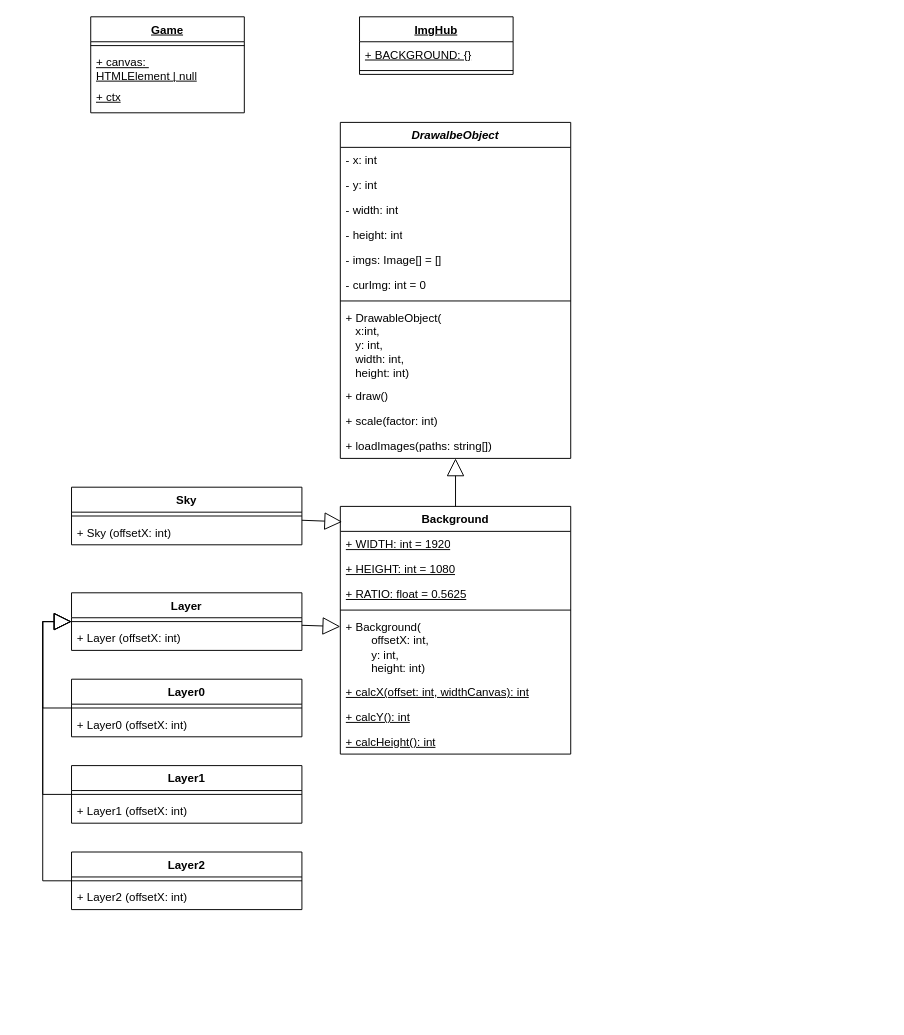
This is docs/classes.drawio from elma1989/el-pollo-loco, a draw.io file, before an edit. Source tidied: cells renumbered, new cells numbered last; positions are measured from the earlier drawing's top-left corner, leaving out a move shared by most shapes. Both pictures are drawn from the tidied source at 96%, with x=0, y=0 at pixel (42, 16).
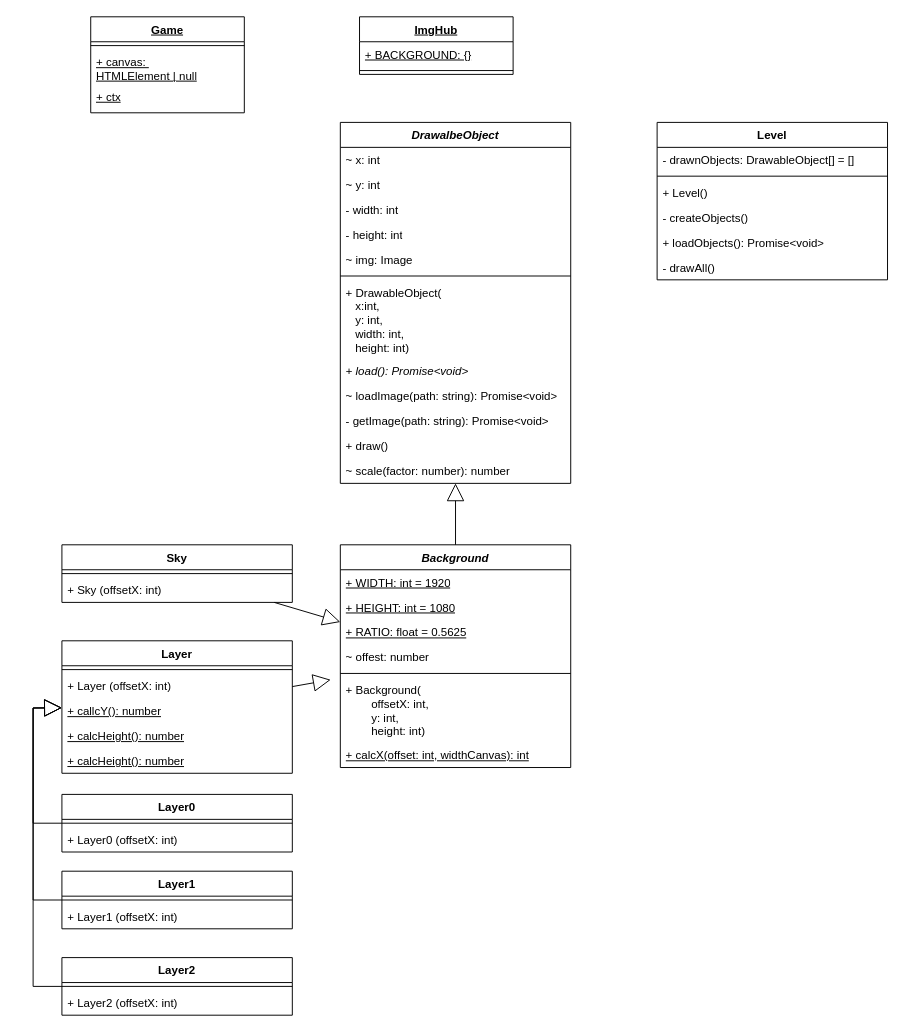
Above is the later version.

Commit message (it also covers changes not shown here):
doc: Updated classes.drawio - changed classes to current state

What changed in the source:
```diff
@@
     <mxCell id="9" value="DrawalbeObject" style="swimlane;fontStyle=3;align=center;verticalAlign=top;horizontal=1;startSize=26;whiteSpace=wrap;html=1;" parent="1" vertex="1">
-      <mxGeometry x="310" y="110" width="240" height="350" as="geometry" />
+      <mxGeometry x="310" y="110" width="240" height="376" as="geometry" />
     </mxCell>
-    <mxCell id="10" value="- x: int" style="text;strokeColor=none;fillColor=none;align=left;verticalAlign=top;spacingLeft=4;spacingRight=4;overflow=hidden;whiteSpace=wrap;html=1;" parent="9" vertex="1">
+    <mxCell id="10" value="~ x: int" style="text;strokeColor=none;fillColor=none;align=left;verticalAlign=top;spacingLeft=4;spacingRight=4;overflow=hidden;whiteSpace=wrap;html=1;" parent="9" vertex="1">
       <mxGeometry y="26" width="240" height="26" as="geometry" />
     </mxCell>
-    <mxCell id="11" value="- y: int" style="text;strokeColor=none;fillColor=none;align=left;verticalAlign=top;spacingLeft=4;spacingRight=4;overflow=hidden;whiteSpace=wrap;html=1;" parent="9" vertex="1">
+    <mxCell id="11" value="~ y: int" style="text;strokeColor=none;fillColor=none;align=left;verticalAlign=top;spacingLeft=4;spacingRight=4;overflow=hidden;whiteSpace=wrap;html=1;" parent="9" vertex="1">
       <mxGeometry y="52" width="240" height="26" as="geometry" />
     </mxCell>
@@
-    <mxCell id="14" value="- imgs: Image[] = []" style="text;strokeColor=none;fillColor=none;align=left;verticalAlign=top;spacingLeft=4;spacingRight=4;overflow=hidden;whiteSpace=wrap;html=1;" parent="9" vertex="1">
+    <mxCell id="14" value="~ img: Image" style="text;strokeColor=none;fillColor=none;align=left;verticalAlign=top;spacingLeft=4;spacingRight=4;overflow=hidden;whiteSpace=wrap;html=1;" parent="9" vertex="1">
       <mxGeometry y="130" width="240" height="26" as="geometry" />
     </mxCell>
-    <mxCell id="15" value="- curImg: int = 0" style="text;strokeColor=none;fillColor=none;align=left;verticalAlign=top;spacingLeft=4;spacingRight=4;overflow=hidden;whiteSpace=wrap;html=1;" parent="9" vertex="1">
-      <mxGeometry y="156" width="240" height="26" as="geometry" />
-    </mxCell>
     <mxCell id="16" style="line;strokeWidth=1;fillColor=none;align=left;verticalAlign=middle;spacingTop=-1;spacingLeft=3;spacingRight=3;labelPosition=right;strokeColor=inherit;" parent="9" vertex="1">
-      <mxGeometry y="182" width="240" height="8" as="geometry" />
+      <mxGeometry y="156" width="240" height="8" as="geometry" />
     </mxCell>
     <mxCell id="17" value="+ DrawableObject(&lt;div&gt;&amp;nbsp; &amp;nbsp;x:int,&lt;/div&gt;&lt;div&gt;&amp;nbsp; &amp;nbsp;y: int,&lt;/div&gt;&lt;div&gt;&amp;nbsp; &amp;nbsp;width: int,&lt;/div&gt;&lt;div&gt;&amp;nbsp; &amp;nbsp;height: int)&lt;/div&gt;" style="text;strokeColor=none;fillColor=none;align=left;verticalAlign=top;spacingLeft=4;spacingRight=4;overflow=hidden;whiteSpace=wrap;html=1;" parent="9" vertex="1">
-      <mxGeometry y="190" width="240" height="82" as="geometry" />
+      <mxGeometry y="164" width="240" height="82" as="geometry" />
     </mxCell>
+    <mxCell id="51" value="+ load(): Promise&amp;lt;void&amp;gt;" style="text;strokeColor=none;fillColor=none;align=left;verticalAlign=top;spacingLeft=4;spacingRight=4;overflow=hidden;whiteSpace=wrap;html=1;fontStyle=2;" parent="9" vertex="1">
+      <mxGeometry y="246" width="240" height="26" as="geometry" />
+    </mxCell>
+    <mxCell id="52" value="~ loadImage(path: string): Promise&amp;lt;void&amp;gt;" style="text;strokeColor=none;fillColor=none;align=left;verticalAlign=top;spacingLeft=4;spacingRight=4;overflow=hidden;whiteSpace=wrap;html=1;fontStyle=0;" parent="9" vertex="1">
+      <mxGeometry y="272" width="240" height="26" as="geometry" />
+    </mxCell>
-    <mxCell id="18" value="+ draw()" style="text;strokeColor=none;fillColor=none;align=left;verticalAlign=top;spacingLeft=4;spacingRight=4;overflow=hidden;whiteSpace=wrap;html=1;" parent="9" vertex="1">
-      <mxGeometry y="272" width="240" height="26" as="geometry" />
+    <mxCell id="18" value="- getImage(path: string): Promise&amp;lt;void&amp;gt;" style="text;strokeColor=none;fillColor=none;align=left;verticalAlign=top;spacingLeft=4;spacingRight=4;overflow=hidden;whiteSpace=wrap;html=1;" parent="9" vertex="1">
+      <mxGeometry y="298" width="240" height="26" as="geometry" />
     </mxCell>
-    <mxCell id="19" value="+ scale(factor: int)" style="text;strokeColor=none;fillColor=none;align=left;verticalAlign=top;spacingLeft=4;spacingRight=4;overflow=hidden;whiteSpace=wrap;html=1;" parent="9" vertex="1">
-      <mxGeometry y="298" width="240" height="26" as="geometry" />
-    </mxCell>
+    <mxCell id="53" value="+ draw()" style="text;strokeColor=none;fillColor=none;align=left;verticalAlign=top;spacingLeft=4;spacingRight=4;overflow=hidden;whiteSpace=wrap;html=1;" parent="9" vertex="1">
+      <mxGeometry y="324" width="240" height="26" as="geometry" />
+    </mxCell>
-    <mxCell id="20" value="+ loadImages(paths: string[])" style="text;strokeColor=none;fillColor=none;align=left;verticalAlign=top;spacingLeft=4;spacingRight=4;overflow=hidden;whiteSpace=wrap;html=1;" parent="9" vertex="1">
-      <mxGeometry y="324" width="240" height="26" as="geometry" />
+    <mxCell id="20" value="~ scale(factor: number): number" style="text;strokeColor=none;fillColor=none;align=left;verticalAlign=top;spacingLeft=4;spacingRight=4;overflow=hidden;whiteSpace=wrap;html=1;" parent="9" vertex="1">
+      <mxGeometry y="350" width="240" height="26" as="geometry" />
     </mxCell>
-    <mxCell id="21" value="Background" style="swimlane;fontStyle=1;align=center;verticalAlign=top;horizontal=1;startSize=26;whiteSpace=wrap;html=1;" parent="1" vertex="1">
-      <mxGeometry x="310" y="510" width="240" height="258" as="geometry" />
+    <mxCell id="21" value="Background" style="swimlane;fontStyle=3;align=center;verticalAlign=top;horizontal=1;startSize=26;whiteSpace=wrap;html=1;" parent="1" vertex="1">
+      <mxGeometry x="310" y="550" width="240" height="232" as="geometry" />
     </mxCell>
@@
+    <mxCell id="54" value="~ offest: number" style="text;strokeColor=none;fillColor=none;align=left;verticalAlign=top;spacingLeft=4;spacingRight=4;overflow=hidden;whiteSpace=wrap;html=1;fontStyle=0;" parent="21" vertex="1">
+      <mxGeometry y="104" width="240" height="26" as="geometry" />
+    </mxCell>
     <mxCell id="25" style="line;strokeWidth=1;fillColor=none;align=left;verticalAlign=middle;spacingTop=-1;spacingLeft=3;spacingRight=3;labelPosition=right;strokeColor=inherit;" parent="21" vertex="1">
-      <mxGeometry y="104" width="240" height="8" as="geometry" />
+      <mxGeometry y="130" width="240" height="8" as="geometry" />
     </mxCell>
     <mxCell id="26" value="+ Background(&lt;div&gt;&lt;span style=&quot;background-color: transparent; color: light-dark(rgb(0, 0, 0), rgb(255, 255, 255));&quot;&gt;&lt;span style=&quot;white-space: pre;&quot;&gt;&#9;&lt;/span&gt;offsetX: int,&lt;/span&gt;&lt;/div&gt;&lt;div&gt;&lt;span style=&quot;background-color: transparent; color: light-dark(rgb(0, 0, 0), rgb(255, 255, 255));&quot;&gt;&lt;span style=&quot;white-space: pre;&quot;&gt;&#9;&lt;/span&gt;y: int,&lt;/span&gt;&lt;/div&gt;&lt;div&gt;&lt;span style=&quot;background-color: transparent; color: light-dark(rgb(0, 0, 0), rgb(255, 255, 255));&quot;&gt;&lt;span style=&quot;white-space: pre;&quot;&gt;&#9;&lt;/span&gt;height: int)&lt;/span&gt;&lt;/div&gt;" style="text;strokeColor=none;fillColor=none;align=left;verticalAlign=top;spacingLeft=4;spacingRight=4;overflow=hidden;whiteSpace=wrap;html=1;" parent="21" vertex="1">
-      <mxGeometry y="112" width="240" height="68" as="geometry" />
+      <mxGeometry y="138" width="240" height="68" as="geometry" />
     </mxCell>
     <mxCell id="27" value="+ calcX(offset: int, widthCanvas): int" style="text;strokeColor=none;fillColor=none;align=left;verticalAlign=top;spacingLeft=4;spacingRight=4;overflow=hidden;whiteSpace=wrap;html=1;fontStyle=4;" parent="21" vertex="1">
-      <mxGeometry y="180" width="240" height="26" as="geometry" />
+      <mxGeometry y="206" width="240" height="26" as="geometry" />
     </mxCell>
-    <mxCell id="28" value="+ calcY(): int" style="text;strokeColor=none;fillColor=none;align=left;verticalAlign=top;spacingLeft=4;spacingRight=4;overflow=hidden;whiteSpace=wrap;html=1;fontStyle=4;" parent="21" vertex="1">
-      <mxGeometry y="206" width="240" height="26" as="geometry" />
-    </mxCell>
-    <mxCell id="29" value="+ calcHeight(): int" style="text;strokeColor=none;fillColor=none;align=left;verticalAlign=top;spacingLeft=4;spacingRight=4;overflow=hidden;whiteSpace=wrap;html=1;fontStyle=4;" parent="21" vertex="1">
-      <mxGeometry y="232" width="240" height="26" as="geometry" />
-    </mxCell>
     <mxCell id="30" value="Sky" style="swimlane;fontStyle=1;align=center;verticalAlign=top;horizontal=1;startSize=26;whiteSpace=wrap;html=1;" parent="1" vertex="1">
-      <mxGeometry x="30" y="490" width="240" height="60" as="geometry" />
+      <mxGeometry x="20" y="550" width="240" height="60" as="geometry" />
     </mxCell>
@@
     <mxCell id="33" value="Layer" style="swimlane;fontStyle=1;align=center;verticalAlign=top;horizontal=1;startSize=26;whiteSpace=wrap;html=1;" parent="1" vertex="1">
-      <mxGeometry x="30" y="600" width="240" height="60" as="geometry" />
+      <mxGeometry x="20" y="650" width="240" height="138" as="geometry" />
     </mxCell>
@@
+    <mxCell id="55" value="+ Layer (offsetX: int)" style="text;strokeColor=none;fillColor=none;align=left;verticalAlign=top;spacingLeft=4;spacingRight=4;overflow=hidden;whiteSpace=wrap;html=1;fontStyle=0;" parent="33" vertex="1">
+      <mxGeometry y="34" width="240" height="26" as="geometry" />
+    </mxCell>
-    <mxCell id="35" value="+ Layer (offsetX: int)" style="text;strokeColor=none;fillColor=none;align=left;verticalAlign=top;spacingLeft=4;spacingRight=4;overflow=hidden;whiteSpace=wrap;html=1;fontStyle=0;" parent="33" vertex="1">
-      <mxGeometry y="34" width="240" height="26" as="geometry" />
+    <mxCell id="35" value="+ callcY(): number" style="text;strokeColor=none;fillColor=none;align=left;verticalAlign=top;spacingLeft=4;spacingRight=4;overflow=hidden;whiteSpace=wrap;html=1;fontStyle=4;" parent="33" vertex="1">
+      <mxGeometry y="60" width="240" height="26" as="geometry" />
     </mxCell>
+    <mxCell id="56" value="+ calcHeight(): number" style="text;strokeColor=none;fillColor=none;align=left;verticalAlign=top;spacingLeft=4;spacingRight=4;overflow=hidden;whiteSpace=wrap;html=1;fontStyle=4;" parent="33" vertex="1">
+      <mxGeometry y="86" width="240" height="26" as="geometry" />
+    </mxCell>
+    <mxCell id="57" value="+ calcHeight(): number" style="text;strokeColor=none;fillColor=none;align=left;verticalAlign=top;spacingLeft=4;spacingRight=4;overflow=hidden;whiteSpace=wrap;html=1;fontStyle=4;" parent="33" vertex="1">
+      <mxGeometry y="112" width="240" height="26" as="geometry" />
+    </mxCell>
     <mxCell id="36" value="Layer0" style="swimlane;fontStyle=1;align=center;verticalAlign=top;horizontal=1;startSize=26;whiteSpace=wrap;html=1;" parent="1" vertex="1">
-      <mxGeometry x="30" y="690" width="240" height="60" as="geometry" />
+      <mxGeometry x="20" y="810" width="240" height="60" as="geometry" />
     </mxCell>
@@
     <mxCell id="39" value="Layer1" style="swimlane;fontStyle=1;align=center;verticalAlign=top;horizontal=1;startSize=26;whiteSpace=wrap;html=1;" parent="1" vertex="1">
-      <mxGeometry x="30" y="780" width="240" height="60" as="geometry" />
+      <mxGeometry x="20" y="890" width="240" height="60" as="geometry" />
     </mxCell>
@@
     <mxCell id="42" value="Layer2" style="swimlane;fontStyle=1;align=center;verticalAlign=top;horizontal=1;startSize=26;whiteSpace=wrap;html=1;" parent="1" vertex="1">
-      <mxGeometry x="30" y="870" width="240" height="60" as="geometry" />
+      <mxGeometry x="20" y="980" width="240" height="60" as="geometry" />
     </mxCell>
@@
-    <mxCell id="46" style="endArrow=block;endSize=16;endFill=0;html=1;rounded=0;entryX=0.008;entryY=0.062;entryDx=0;entryDy=0;entryPerimeter=0;" parent="1" edge="1" source="30" target="21">
+    <mxCell id="46" style="endArrow=block;endSize=16;endFill=0;html=1;rounded=0;" parent="1" edge="1" source="30" target="21">
       <mxGeometry relative="1" as="geometry" />
     </mxCell>
-    <mxCell id="47" style="endArrow=block;endSize=16;endFill=0;html=1;rounded=0;" parent="1" edge="1" source="33" target="21">
-      <mxGeometry relative="1" as="geometry" />
+    <mxCell id="47" style="endArrow=block;endSize=16;endFill=0;html=1;rounded=0;" parent="1" edge="1" source="33">
+      <mxGeometry relative="1" as="geometry">
+        <mxPoint x="300" y="690.6" as="targetPoint" />
+      </mxGeometry>
     </mxCell>
-    <mxCell id="48" style="endArrow=block;endSize=16;endFill=0;html=1;rounded=0;entryX=0;entryY=0.5;entryDx=0;entryDy=0;exitX=0;exitY=0.5;exitDx=0;exitDy=0;" parent="1" edge="1" source="36" target="33">
+    <mxCell id="48" style="endArrow=block;endSize=16;endFill=0;html=1;rounded=0;exitX=0;exitY=0.5;exitDx=0;exitDy=0;" parent="1" edge="1" source="36" target="33">
       <mxGeometry relative="1" as="geometry">
         <Array as="points">
-          <mxPoint y="720" />
-          <mxPoint y="630" />
+          <mxPoint x="-10" y="840" />
+          <mxPoint x="-10" y="720" />
         </Array>
       </mxGeometry>
     </mxCell>
-    <mxCell id="49" style="endArrow=block;endSize=16;endFill=0;html=1;rounded=0;entryX=0;entryY=0.5;entryDx=0;entryDy=0;exitX=0;exitY=0.5;exitDx=0;exitDy=0;" parent="1" edge="1" source="39">
+    <mxCell id="49" style="endArrow=block;endSize=16;endFill=0;html=1;rounded=0;exitX=0;exitY=0.5;exitDx=0;exitDy=0;" parent="1" edge="1" source="39" target="33">
       <mxGeometry relative="1" as="geometry">
-        <mxPoint x="30" y="630" as="targetPoint" />
         <Array as="points">
-          <mxPoint y="810" />
-          <mxPoint y="630" />
+          <mxPoint x="-10" y="920" />
+          <mxPoint x="-10" y="720" />
         </Array>
       </mxGeometry>
     </mxCell>
-    <mxCell id="50" style="endArrow=block;endSize=16;endFill=0;html=1;rounded=0;entryX=0;entryY=0.5;entryDx=0;entryDy=0;exitX=0;exitY=0.5;exitDx=0;exitDy=0;" parent="1" edge="1" source="42">
+    <mxCell id="50" style="endArrow=block;endSize=16;endFill=0;html=1;rounded=0;exitX=0;exitY=0.5;exitDx=0;exitDy=0;" parent="1" edge="1" source="42" target="33">
       <mxGeometry relative="1" as="geometry">
-        <mxPoint x="30" y="630" as="targetPoint" />
         <Array as="points">
-          <mxPoint y="900" />
-          <mxPoint y="630" />
+          <mxPoint x="-10" y="1010" />
+          <mxPoint x="-10" y="720" />
         </Array>
       </mxGeometry>
     </mxCell>
+    <mxCell id="58" value="Level" style="swimlane;fontStyle=1;align=center;verticalAlign=top;horizontal=1;startSize=26;whiteSpace=wrap;html=1;" parent="1" vertex="1">
+      <mxGeometry x="640" y="110" width="240" height="164" as="geometry" />
+    </mxCell>
+    <mxCell id="59" value="- drawnObjects: DrawableObject[] = []" style="text;strokeColor=none;fillColor=none;align=left;verticalAlign=top;spacingLeft=4;spacingRight=4;overflow=hidden;whiteSpace=wrap;html=1;" parent="58" vertex="1">
+      <mxGeometry y="26" width="240" height="26" as="geometry" />
+    </mxCell>
+    <mxCell id="60" style="line;strokeWidth=1;fillColor=none;align=left;verticalAlign=middle;spacingTop=-1;spacingLeft=3;spacingRight=3;labelPosition=right;strokeColor=inherit;" parent="58" vertex="1">
+      <mxGeometry y="52" width="240" height="8" as="geometry" />
+    </mxCell>
+    <mxCell id="61" value="+ Level()" style="text;strokeColor=none;fillColor=none;align=left;verticalAlign=top;spacingLeft=4;spacingRight=4;overflow=hidden;whiteSpace=wrap;html=1;" parent="58" vertex="1">
+      <mxGeometry y="60" width="240" height="26" as="geometry" />
+    </mxCell>
+    <mxCell id="62" value="- createObjects()" style="text;strokeColor=none;fillColor=none;align=left;verticalAlign=top;spacingLeft=4;spacingRight=4;overflow=hidden;whiteSpace=wrap;html=1;" parent="58" vertex="1">
+      <mxGeometry y="86" width="240" height="26" as="geometry" />
+    </mxCell>
+    <mxCell id="63" value="+ loadObjects(): Promise&amp;lt;void&amp;gt;" style="text;strokeColor=none;fillColor=none;align=left;verticalAlign=top;spacingLeft=4;spacingRight=4;overflow=hidden;whiteSpace=wrap;html=1;" parent="58" vertex="1">
+      <mxGeometry y="112" width="240" height="26" as="geometry" />
+    </mxCell>
+    <mxCell id="64" value="- drawAll()" style="text;strokeColor=none;fillColor=none;align=left;verticalAlign=top;spacingLeft=4;spacingRight=4;overflow=hidden;whiteSpace=wrap;html=1;" parent="58" vertex="1">
+      <mxGeometry y="138" width="240" height="26" as="geometry" />
+    </mxCell>
```
